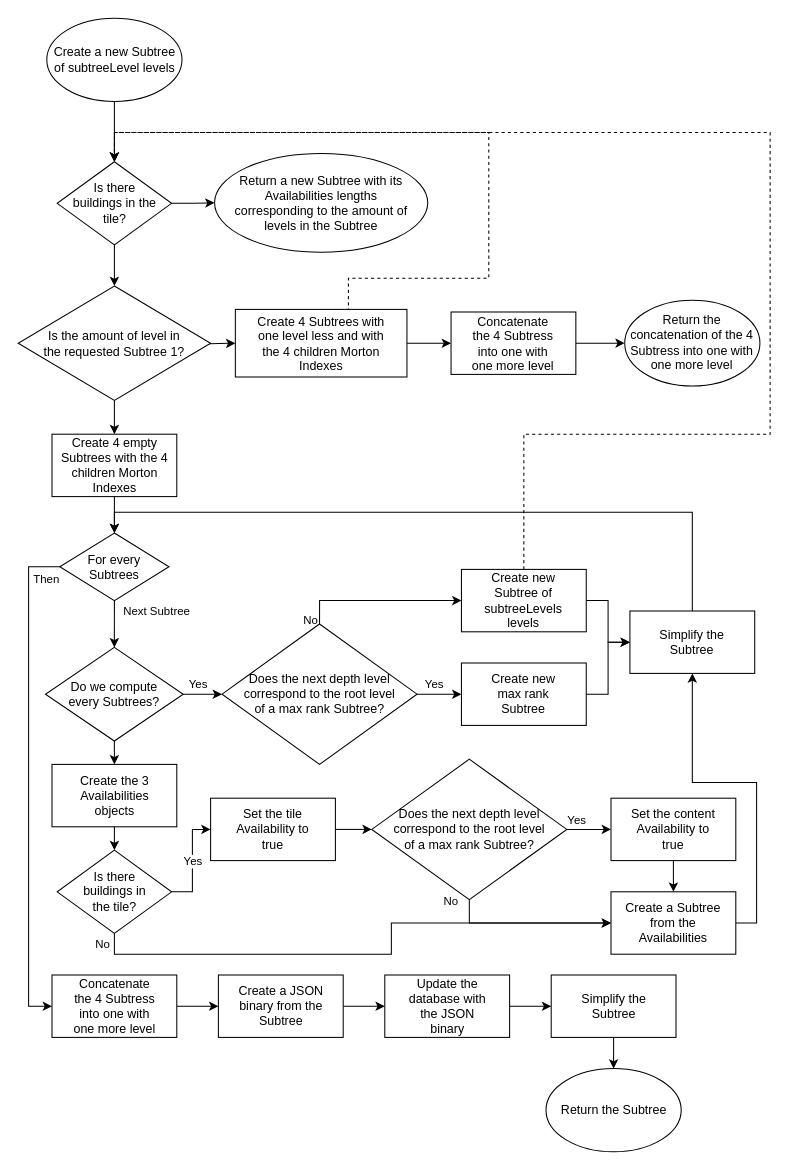
Above: tb_fr_latex/assets/figures/createSubtree-flowchart.drawio in IEscher/incubator-baremaps-TB-ian (draw.io), before the change. Source tidied: cells renumbered, new cells numbered last; positions are measured from the earlier drawing's top-left corner, leaving out a move shared by most shapes. Both pictures are drawn from the tidied source at 104%, with x=0, y=0 at pixel (18, 18).
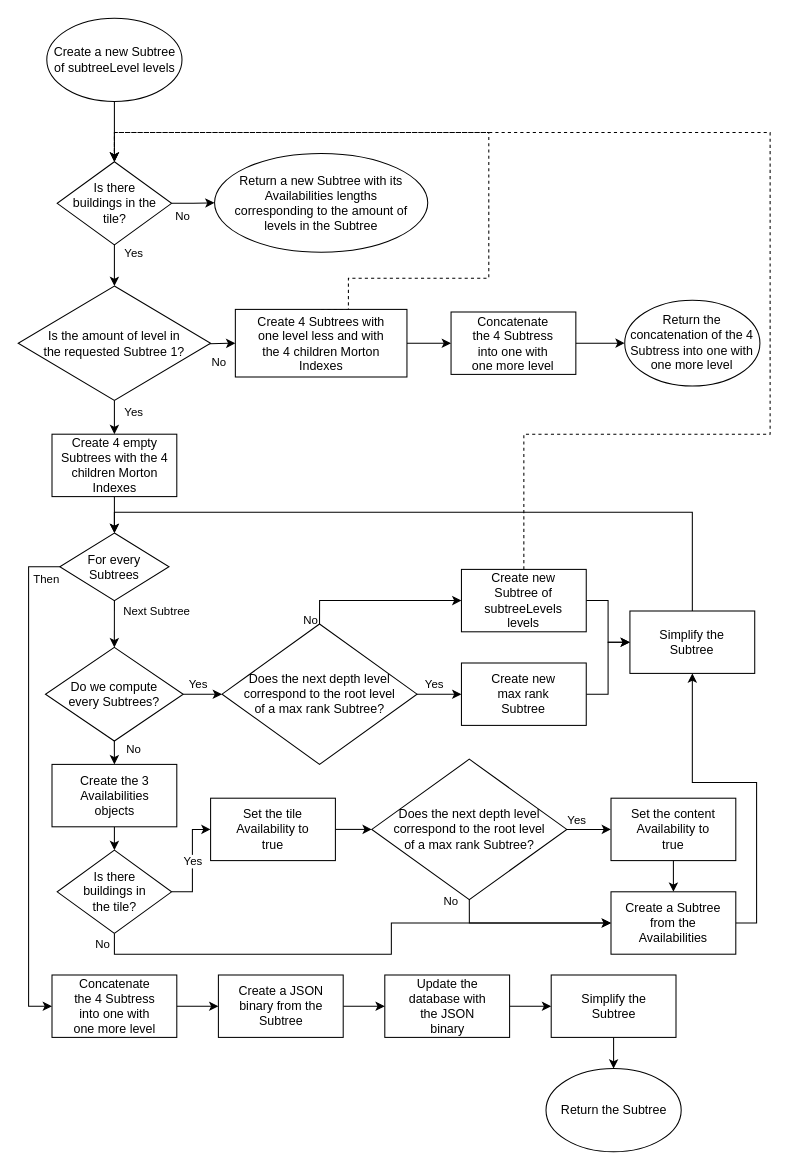
Above is the later version.

The change refers to these unchanged cells:
```xml
<mxCell id="4" style="edgeStyle=orthogonalEdgeStyle;rounded=0;jettySize=auto;html=1;exitX=1;exitY=0.5;exitDx=0;exitDy=0;entryX=0;entryY=0.5;entryDx=0;entryDy=0;" parent="1" edge="1" source="6" target="8">
  <mxGeometry relative="1" as="geometry" />
</mxCell>
<mxCell id="5" style="edgeStyle=orthogonalEdgeStyle;rounded=0;jettySize=auto;html=1;exitX=0.5;exitY=1;exitDx=0;exitDy=0;entryX=0.5;entryY=0;entryDx=0;entryDy=0;" parent="1" edge="1" source="6" target="11">
  <mxGeometry relative="1" as="geometry" />
</mxCell>
<mxCell id="9" style="edgeStyle=orthogonalEdgeStyle;rounded=0;jettySize=auto;html=1;exitX=1;exitY=0.5;exitDx=0;exitDy=0;entryX=0;entryY=0.5;entryDx=0;entryDy=0;" parent="1" edge="1" target="14">
  <mxGeometry relative="1" as="geometry">
    <mxPoint x="158.8" y="312.5" as="sourcePoint" />
  </mxGeometry>
</mxCell>
<mxCell id="10" style="edgeStyle=orthogonalEdgeStyle;rounded=0;jettySize=auto;html=1;exitX=0.5;exitY=1;exitDx=0;exitDy=0;entryX=0.5;entryY=0;entryDx=0;entryDy=0;" parent="1" edge="1" source="11" target="19">
  <mxGeometry relative="1" as="geometry" />
</mxCell>
<mxCell id="22" style="edgeStyle=orthogonalEdgeStyle;rounded=0;jettySize=auto;html=1;exitX=0.5;exitY=1;exitDx=0;exitDy=0;entryX=0.5;entryY=0;entryDx=0;entryDy=0;" parent="1" edge="1" source="23" target="67">
  <mxGeometry relative="1" as="geometry" />
</mxCell>
```

Change to the diagram source:
```diff
@@
+    <mxCell id="68" value="No" style="edgeLabel;html=1;align=center;verticalAlign=middle;" parent="4" vertex="1">
+      <mxGeometry x="-0.22" y="2" relative="1" as="geometry">
+        <mxPoint x="-6" y="14" as="offset" />
+      </mxGeometry>
+    </mxCell>
@@
+    <mxCell id="69" value="Yes" style="edgeLabel;html=1;align=center;verticalAlign=middle;" parent="5" vertex="1">
+      <mxGeometry x="-0.32" y="-3" relative="1" as="geometry">
+        <mxPoint x="21" y="-6" as="offset" />
+      </mxGeometry>
+    </mxCell>
@@
+    <mxCell id="70" value="No" style="edgeLabel;html=1;align=center;verticalAlign=middle;" parent="9" vertex="1">
+      <mxGeometry x="0.41" relative="1" as="geometry">
+        <mxPoint x="-2" y="18" as="offset" />
+      </mxGeometry>
+    </mxCell>
@@
+    <mxCell id="71" value="Yes" style="edgeLabel;html=1;align=center;verticalAlign=middle;" parent="10" vertex="1">
+      <mxGeometry x="-0.33" y="1" relative="1" as="geometry">
+        <mxPoint x="17" as="offset" />
+      </mxGeometry>
+    </mxCell>
@@
+    <mxCell id="72" value="No" style="edgeLabel;html=1;align=center;verticalAlign=middle;" parent="22" vertex="1">
+      <mxGeometry x="-0.34" y="-2" relative="1" as="geometry">
+        <mxPoint x="20" as="offset" />
+      </mxGeometry>
+    </mxCell>
```
